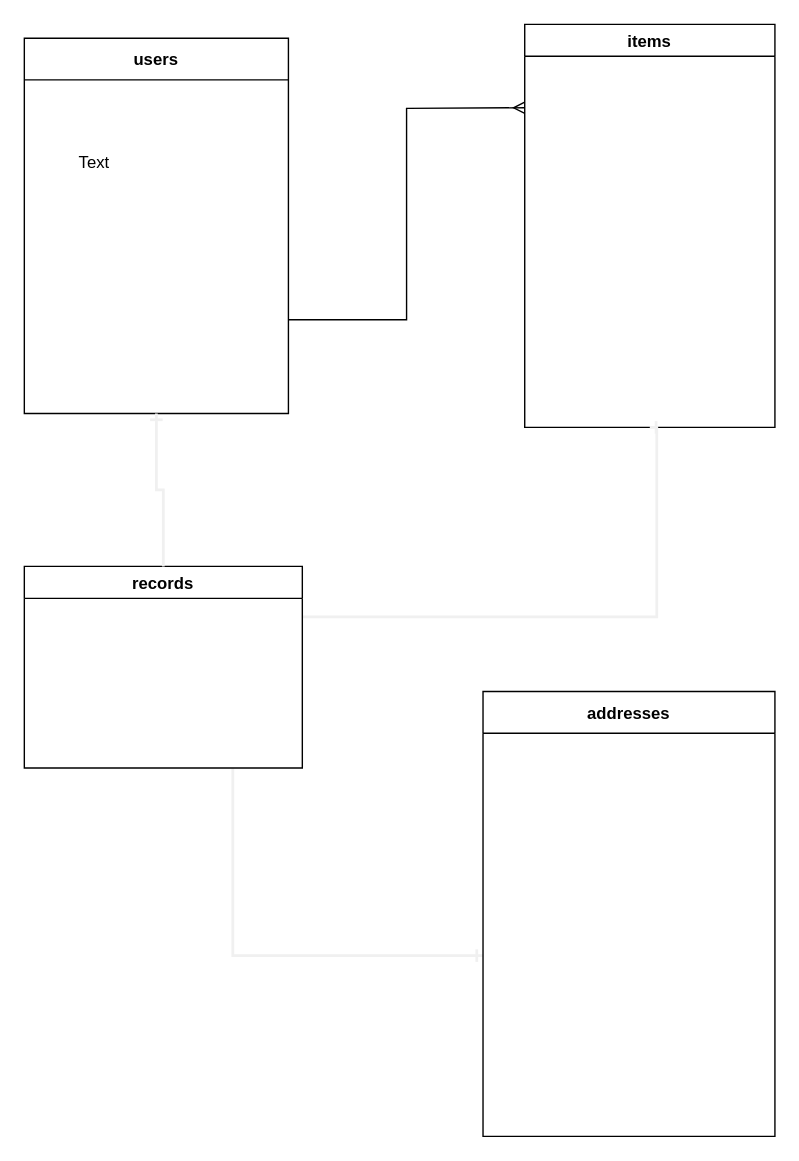
Before: ER図.dio in akkyflair/furima-36121, a draw.io diagram. Source tidied: cells renumbered, new cells numbered last; positions are measured from the earlier drawing's top-left corner, leaving out a move shared by most shapes. Both pictures are drawn from the tidied source at 139%, with x=0, y=0 at pixel (24, 24).
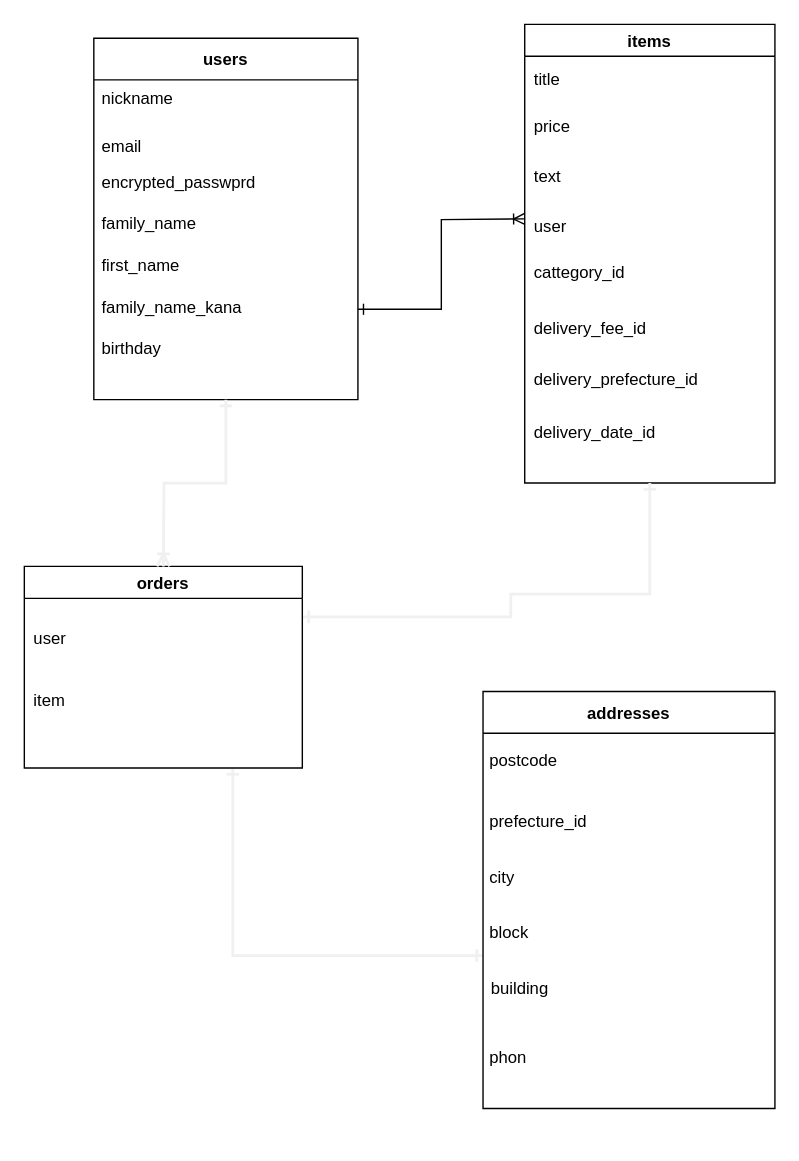
Above is the later version.

Diff of the diagram source:
```diff
@@
-    <mxCell id="2" style="edgeStyle=orthogonalEdgeStyle;rounded=0;jettySize=auto;html=1;exitX=1;exitY=0.75;exitDx=0;exitDy=0;endArrow=ERmany;endFill=0;strokeWidth=1;jumpSize=5;" parent="1" edge="1" source="3">
-      <mxGeometry relative="1" as="geometry">
-        <mxPoint x="360" y="60" as="targetPoint" />
-      </mxGeometry>
-    </mxCell>
     <mxCell id="3" value="users" style="swimlane;startSize=30;" parent="1" vertex="1">
-      <mxGeometry y="10" width="190" height="270" as="geometry" />
+      <mxGeometry x="50" y="10" width="190" height="260" as="geometry" />
     </mxCell>
-    <mxCell id="4" value="Text" style="text;html=1;align=center;verticalAlign=middle;fillColor=none;strokeColor=none;rounded=0;" parent="3" vertex="1">
-      <mxGeometry x="30" y="80" width="40" height="20" as="geometry" />
-    </mxCell>
+    <mxCell id="11" value="nickname" style="text;strokeColor=none;fillColor=none;align=left;verticalAlign=top;spacingLeft=4;spacingRight=4;overflow=hidden;" parent="3" vertex="1">
+      <mxGeometry y="30" width="190" height="26" as="geometry" />
+    </mxCell>
+    <mxCell id="12" value="encrypted_passwprd" style="text;strokeColor=none;fillColor=none;align=left;verticalAlign=top;spacingLeft=4;spacingRight=4;overflow=hidden;" parent="3" vertex="1">
+      <mxGeometry y="90" width="190" height="26" as="geometry" />
+    </mxCell>
+    <mxCell id="13" value="family_name" style="text;strokeColor=none;fillColor=none;align=left;verticalAlign=top;spacingLeft=4;spacingRight=4;overflow=hidden;" parent="3" vertex="1">
+      <mxGeometry y="120" width="190" height="26" as="geometry" />
+    </mxCell>
+    <mxCell id="14" value="first_name" style="text;strokeColor=none;fillColor=none;align=left;verticalAlign=top;spacingLeft=4;spacingRight=4;overflow=hidden;" parent="3" vertex="1">
+      <mxGeometry y="150" width="190" height="26" as="geometry" />
+    </mxCell>
+    <mxCell id="15" value="family_name_kana" style="text;strokeColor=none;fillColor=none;align=left;verticalAlign=top;spacingLeft=4;spacingRight=4;overflow=hidden;" parent="3" vertex="1">
+      <mxGeometry y="180" width="190" height="26" as="geometry" />
+    </mxCell>
+    <mxCell id="16" value="birthday" style="text;strokeColor=none;fillColor=none;align=left;verticalAlign=top;spacingLeft=4;spacingRight=4;overflow=hidden;" parent="3" vertex="1">
+      <mxGeometry y="210" width="190" height="26" as="geometry" />
+    </mxCell>
+    <mxCell id="17" value="email" style="text;strokeColor=none;fillColor=none;align=left;verticalAlign=top;spacingLeft=4;spacingRight=4;overflow=hidden;" parent="3" vertex="1">
+      <mxGeometry y="64" width="190" height="26" as="geometry" />
+    </mxCell>
     <mxCell id="5" value="items" style="swimlane;" parent="1" vertex="1">
-      <mxGeometry x="360" width="180" height="290" as="geometry" />
+      <mxGeometry x="360" width="180" height="330" as="geometry" />
     </mxCell>
+    <mxCell id="18" value="price" style="text;strokeColor=none;fillColor=none;align=left;verticalAlign=top;spacingLeft=4;spacingRight=4;overflow=hidden;" parent="5" vertex="1">
+      <mxGeometry x="1" y="60" width="179" height="26" as="geometry" />
+    </mxCell>
+    <mxCell id="19" value="delivery_date_id" style="text;strokeColor=none;fillColor=none;align=left;verticalAlign=top;spacingLeft=4;spacingRight=4;overflow=hidden;" parent="5" vertex="1">
+      <mxGeometry x="1" y="280" width="179" height="26" as="geometry" />
+    </mxCell>
-    <mxCell id="6" style="edgeStyle=orthogonalEdgeStyle;rounded=0;jumpSize=6;jettySize=auto;html=1;exitX=1;exitY=0.25;exitDx=0;exitDy=0;entryX=0.5;entryY=1;entryDx=0;entryDy=0;endArrow=ERone;endFill=0;strokeColor=#f0f0f0;strokeWidth=2;" parent="1" edge="1" source="8" target="5">
+    <mxCell id="6" style="edgeStyle=orthogonalEdgeStyle;rounded=0;jumpSize=6;jettySize=auto;html=1;exitX=1;exitY=0.25;exitDx=0;exitDy=0;entryX=0.5;entryY=1;entryDx=0;entryDy=0;endArrow=ERone;endFill=0;strokeColor=#f0f0f0;strokeWidth=2;startArrow=ERone;startFill=0;" parent="1" edge="1" source="8" target="5">
       <mxGeometry relative="1" as="geometry">
         <Array as="points">
-          <mxPoint x="455" y="426" />
+          <mxPoint x="350" y="426" />
+          <mxPoint x="350" y="410" />
+          <mxPoint x="450" y="410" />
         </Array>
       </mxGeometry>
     </mxCell>
-    <mxCell id="7" style="edgeStyle=orthogonalEdgeStyle;rounded=0;jumpSize=6;jettySize=auto;html=1;exitX=0.75;exitY=1;exitDx=0;exitDy=0;endArrow=ERone;endFill=0;strokeColor=#f0f0f0;strokeWidth=2;" parent="1" edge="1" source="8">
+    <mxCell id="7" style="edgeStyle=orthogonalEdgeStyle;rounded=0;jumpSize=6;jettySize=auto;html=1;exitX=0.75;exitY=1;exitDx=0;exitDy=0;endArrow=ERone;endFill=0;strokeColor=#f0f0f0;strokeWidth=2;startArrow=ERone;startFill=0;" parent="1" edge="1" source="8">
       <mxGeometry relative="1" as="geometry">
         <mxPoint x="330" y="670" as="targetPoint" />
         <Array as="points">
           <mxPoint x="150" y="670" />
         </Array>
       </mxGeometry>
     </mxCell>
-    <mxCell id="8" value="records" style="swimlane;" parent="1" vertex="1">
+    <mxCell id="8" value="orders" style="swimlane;" parent="1" vertex="1">
       <mxGeometry y="390" width="200" height="145" as="geometry" />
     </mxCell>
     <mxCell id="9" value="addresses" style="swimlane;startSize=30;" parent="1" vertex="1">
-      <mxGeometry x="330" y="480" width="210" height="320" as="geometry" />
+      <mxGeometry x="330" y="480" width="210" height="300" as="geometry" />
     </mxCell>
+    <mxCell id="20" value="prefecture_id" style="text;strokeColor=none;fillColor=none;align=left;verticalAlign=top;spacingLeft=4;spacingRight=4;overflow=hidden;" parent="9" vertex="1">
+      <mxGeometry x="-1" y="80" width="201" height="26" as="geometry" />
+    </mxCell>
+    <mxCell id="21" value="city" style="text;strokeColor=none;fillColor=none;align=left;verticalAlign=top;spacingLeft=4;spacingRight=4;overflow=hidden;" parent="9" vertex="1">
+      <mxGeometry x="-1" y="120" width="201" height="26" as="geometry" />
+    </mxCell>
+    <mxCell id="22" value="block" style="text;strokeColor=none;fillColor=none;align=left;verticalAlign=top;spacingLeft=4;spacingRight=4;overflow=hidden;" parent="9" vertex="1">
+      <mxGeometry x="-1" y="160" width="201" height="26" as="geometry" />
+    </mxCell>
+    <mxCell id="23" value="building" style="text;strokeColor=none;fillColor=none;align=left;verticalAlign=top;spacingLeft=4;spacingRight=4;overflow=hidden;" parent="9" vertex="1">
+      <mxGeometry y="200" width="201" height="26" as="geometry" />
+    </mxCell>
+    <mxCell id="24" value="phon" style="text;strokeColor=none;fillColor=none;align=left;verticalAlign=top;spacingLeft=4;spacingRight=4;overflow=hidden;" parent="9" vertex="1">
+      <mxGeometry x="-1" y="250" width="201" height="26" as="geometry" />
+    </mxCell>
-    <mxCell id="10" style="edgeStyle=orthogonalEdgeStyle;rounded=0;jumpSize=6;jettySize=auto;html=1;exitX=0.5;exitY=0;exitDx=0;exitDy=0;entryX=0.5;entryY=1;entryDx=0;entryDy=0;endArrow=ERone;endFill=0;strokeColor=#f0f0f0;strokeWidth=2;" parent="1" edge="1" source="8" target="3">
-      <mxGeometry relative="1" as="geometry" />
+    <mxCell id="10" style="edgeStyle=orthogonalEdgeStyle;rounded=0;jumpSize=6;jettySize=auto;html=1;entryX=0.5;entryY=1;entryDx=0;entryDy=0;endArrow=ERone;endFill=0;strokeColor=#f0f0f0;strokeWidth=2;startArrow=ERoneToMany;startFill=0;" parent="1" edge="1" target="3">
+      <mxGeometry relative="1" as="geometry">
+        <mxPoint x="100" y="390" as="sourcePoint" />
+      </mxGeometry>
     </mxCell>
+    <mxCell id="25" value="title" style="text;strokeColor=none;fillColor=none;align=left;verticalAlign=top;spacingLeft=4;spacingRight=4;overflow=hidden;" parent="1" vertex="1">
+      <mxGeometry x="361" y="26" width="179" height="26" as="geometry" />
+    </mxCell>
+    <mxCell id="26" value="text" style="text;strokeColor=none;fillColor=none;align=left;verticalAlign=top;spacingLeft=4;spacingRight=4;overflow=hidden;" parent="1" vertex="1">
+      <mxGeometry x="361" y="96" width="179" height="26" as="geometry" />
+    </mxCell>
+    <mxCell id="27" value="user" style="text;strokeColor=none;fillColor=none;align=left;verticalAlign=top;spacingLeft=4;spacingRight=4;overflow=hidden;" parent="1" vertex="1">
+      <mxGeometry x="361" y="132" width="179" height="26" as="geometry" />
+    </mxCell>
+    <mxCell id="28" value="cattegory_id" style="text;strokeColor=none;fillColor=none;align=left;verticalAlign=top;spacingLeft=4;spacingRight=4;overflow=hidden;" parent="1" vertex="1">
+      <mxGeometry x="361" y="165" width="179" height="26" as="geometry" />
+    </mxCell>
+    <mxCell id="29" value="delivery_fee_id" style="text;strokeColor=none;fillColor=none;align=left;verticalAlign=top;spacingLeft=4;spacingRight=4;overflow=hidden;" parent="1" vertex="1">
+      <mxGeometry x="361" y="205" width="179" height="26" as="geometry" />
+    </mxCell>
+    <mxCell id="30" value="delivery_prefecture_id" style="text;strokeColor=none;fillColor=none;align=left;verticalAlign=top;spacingLeft=4;spacingRight=4;overflow=hidden;" parent="1" vertex="1">
+      <mxGeometry x="361" y="242" width="179" height="26" as="geometry" />
+    </mxCell>
+    <mxCell id="31" value="user" style="text;strokeColor=none;fillColor=none;align=left;verticalAlign=top;spacingLeft=4;spacingRight=4;overflow=hidden;" parent="1" vertex="1">
+      <mxGeometry x="1" y="428" width="190" height="26" as="geometry" />
+    </mxCell>
+    <mxCell id="32" value="item" style="text;strokeColor=none;fillColor=none;align=left;verticalAlign=top;spacingLeft=4;spacingRight=4;overflow=hidden;" parent="1" vertex="1">
+      <mxGeometry x="1" y="473" width="190" height="26" as="geometry" />
+    </mxCell>
+    <mxCell id="33" value="postcode" style="text;strokeColor=none;fillColor=none;align=left;verticalAlign=top;spacingLeft=4;spacingRight=4;overflow=hidden;" parent="1" vertex="1">
+      <mxGeometry x="329" y="516" width="201" height="26" as="geometry" />
+    </mxCell>
+    <mxCell id="34" style="edgeStyle=orthogonalEdgeStyle;rounded=0;jettySize=auto;html=1;exitX=1;exitY=0.75;exitDx=0;exitDy=0;endArrow=ERoneToMany;endFill=0;strokeWidth=1;jumpSize=5;startArrow=ERone;startFill=0;" parent="1" edge="1" source="3">
+      <mxGeometry relative="1" as="geometry">
+        <mxPoint x="360" y="140" as="targetPoint" />
+      </mxGeometry>
+    </mxCell>
```
